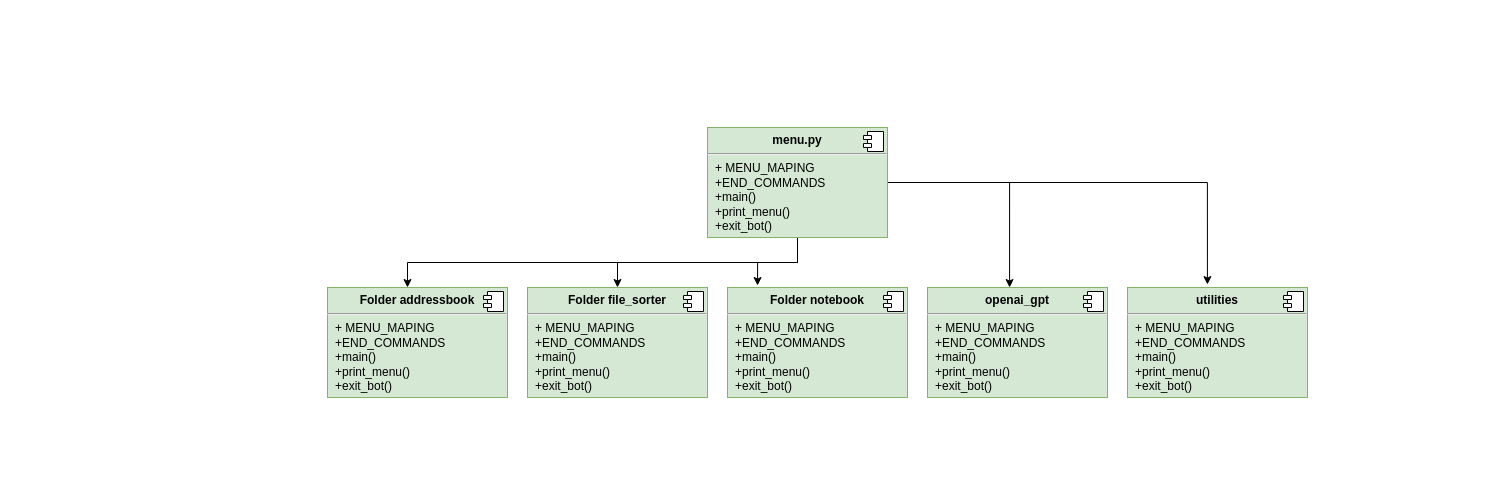
FoDwVn11110100001001000000/Team_project_1 keeps this draw.io diagram as Диаграмма без названия.drawio. Above is the earlier version. Source tidied: cells renumbered, new cells numbered last; positions are measured from the earlier drawing's top-left corner, leaving out a move shared by most shapes. Both pictures are drawn from the tidied source at 100%, with x=0, y=0 at pixel (327, 127).
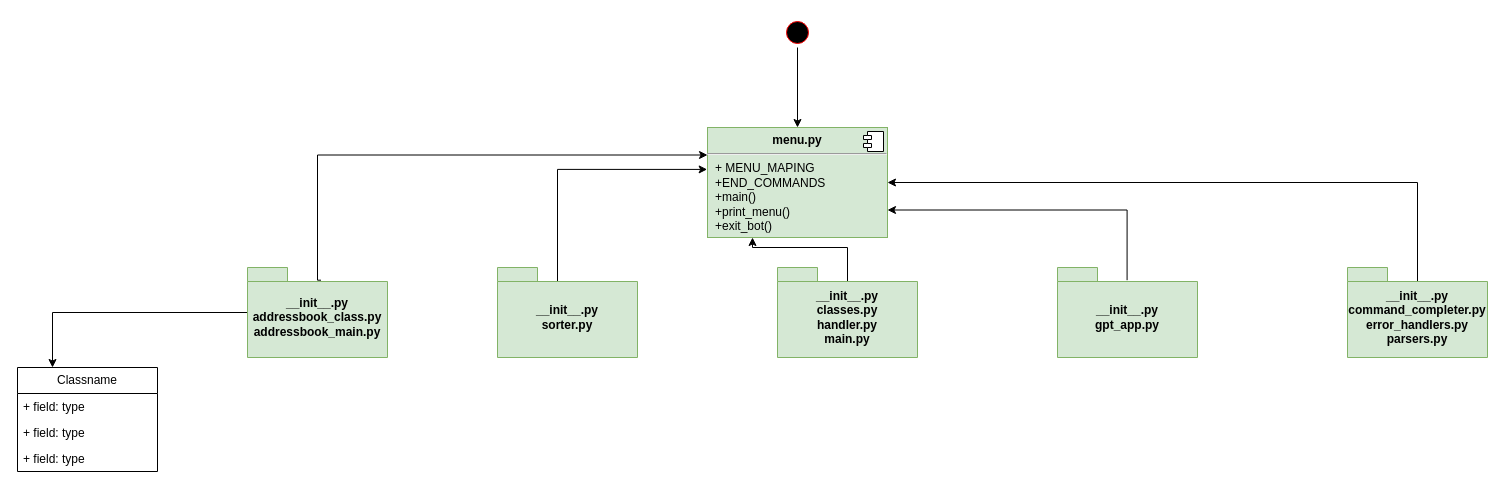
The same page after the edit.

Unchanged cells that the change refers to:
```xml
<mxCell id="7" value="&lt;p style=&quot;margin:0px;margin-top:6px;text-align:center;&quot;&gt;&lt;b&gt;menu.py&lt;/b&gt;&lt;/p&gt;&lt;hr&gt;&lt;p style=&quot;margin:0px;margin-left:8px;&quot;&gt;+ MENU_MAPING&lt;/p&gt;&lt;p style=&quot;margin:0px;margin-left:8px;&quot;&gt;+END_COMMANDS&lt;/p&gt;&lt;p style=&quot;margin:0px;margin-left:8px;&quot;&gt;+main()&lt;/p&gt;&lt;p style=&quot;margin:0px;margin-left:8px;&quot;&gt;+print_menu()&lt;/p&gt;&lt;p style=&quot;margin:0px;margin-left:8px;&quot;&gt;+exit_bot()&lt;/p&gt;&lt;p style=&quot;margin:0px;margin-left:8px;&quot;&gt;&lt;br&gt;&lt;/p&gt;" style="align=left;overflow=fill;html=1;whiteSpace=wrap;fillColor=#d5e8d4;strokeColor=#82b366;" parent="1" vertex="1">
  <mxGeometry x="380" width="180" height="110" as="geometry" />
</mxCell>
```

The edit, as a diff of the source:
```diff
@@
-    <mxCell id="2" style="edgeStyle=orthogonalEdgeStyle;rounded=0;jettySize=auto;html=1;" parent="1" edge="1" source="7" target="11">
-      <mxGeometry relative="1" as="geometry">
-        <Array as="points">
-          <mxPoint x="470" y="135" />
-          <mxPoint x="80" y="135" />
-        </Array>
-      </mxGeometry>
-    </mxCell>
-    <mxCell id="3" style="edgeStyle=orthogonalEdgeStyle;rounded=0;jettySize=auto;html=1;entryX=0.5;entryY=0;entryDx=0;entryDy=0;" parent="1" edge="1" source="7" target="9">
-      <mxGeometry relative="1" as="geometry" />
-    </mxCell>
-    <mxCell id="4" style="edgeStyle=orthogonalEdgeStyle;rounded=0;jettySize=auto;html=1;entryX=0.167;entryY=-0.018;entryDx=0;entryDy=0;entryPerimeter=0;" parent="1" edge="1" source="7" target="13">
-      <mxGeometry relative="1" as="geometry" />
-    </mxCell>
-    <mxCell id="5" style="edgeStyle=orthogonalEdgeStyle;rounded=0;jettySize=auto;html=1;entryX=0.444;entryY=-0.027;entryDx=0;entryDy=0;entryPerimeter=0;" parent="1" edge="1" source="7" target="17">
-      <mxGeometry relative="1" as="geometry" />
-    </mxCell>
-    <mxCell id="6" style="edgeStyle=orthogonalEdgeStyle;rounded=0;jettySize=auto;html=1;entryX=0.456;entryY=0;entryDx=0;entryDy=0;entryPerimeter=0;" parent="1" edge="1" source="7" target="15">
-      <mxGeometry relative="1" as="geometry" />
-    </mxCell>
@@
-    <mxCell id="9" value="&lt;p style=&quot;margin:0px;margin-top:6px;text-align:center;&quot;&gt;&lt;b&gt;Folder file_sorter&lt;/b&gt;&lt;/p&gt;&lt;hr&gt;&lt;p style=&quot;margin:0px;margin-left:8px;&quot;&gt;+ MENU_MAPING&lt;/p&gt;&lt;p style=&quot;margin:0px;margin-left:8px;&quot;&gt;+END_COMMANDS&lt;/p&gt;&lt;p style=&quot;margin:0px;margin-left:8px;&quot;&gt;+main()&lt;/p&gt;&lt;p style=&quot;margin:0px;margin-left:8px;&quot;&gt;+print_menu()&lt;/p&gt;&lt;p style=&quot;margin:0px;margin-left:8px;&quot;&gt;+exit_bot()&lt;/p&gt;&lt;p style=&quot;margin:0px;margin-left:8px;&quot;&gt;&lt;br&gt;&lt;/p&gt;" style="align=left;overflow=fill;html=1;whiteSpace=wrap;fillColor=#d5e8d4;strokeColor=#82b366;" parent="1" vertex="1">
-      <mxGeometry x="200" y="160" width="180" height="110" as="geometry" />
-    </mxCell>
-    <mxCell id="10" style="shape=component;jettyWidth=8;jettyHeight=4;" parent="9" vertex="1">
-      <mxGeometry x="1" width="20" height="20" relative="1" as="geometry">
-        <mxPoint x="-24" y="4" as="offset" />
-      </mxGeometry>
-    </mxCell>
-    <mxCell id="11" value="&lt;p style=&quot;margin:0px;margin-top:6px;text-align:center;&quot;&gt;&lt;b&gt;Folder addressbook&lt;/b&gt;&lt;/p&gt;&lt;hr&gt;&lt;p style=&quot;margin:0px;margin-left:8px;&quot;&gt;+ MENU_MAPING&lt;/p&gt;&lt;p style=&quot;margin:0px;margin-left:8px;&quot;&gt;+END_COMMANDS&lt;/p&gt;&lt;p style=&quot;margin:0px;margin-left:8px;&quot;&gt;+main()&lt;/p&gt;&lt;p style=&quot;margin:0px;margin-left:8px;&quot;&gt;+print_menu()&lt;/p&gt;&lt;p style=&quot;margin:0px;margin-left:8px;&quot;&gt;+exit_bot()&lt;/p&gt;&lt;p style=&quot;margin:0px;margin-left:8px;&quot;&gt;&lt;br&gt;&lt;/p&gt;" style="align=left;overflow=fill;html=1;whiteSpace=wrap;imageAspect=1;fillColor=#d5e8d4;strokeColor=#82b366;" parent="1" vertex="1">
-      <mxGeometry y="160" width="180" height="110" as="geometry" />
-    </mxCell>
-    <mxCell id="12" style="shape=component;jettyWidth=8;jettyHeight=4;" parent="11" vertex="1">
-      <mxGeometry x="1" width="20" height="20" relative="1" as="geometry">
-        <mxPoint x="-24" y="4" as="offset" />
-      </mxGeometry>
-    </mxCell>
-    <mxCell id="13" value="&lt;p style=&quot;margin:0px;margin-top:6px;text-align:center;&quot;&gt;&lt;b&gt;Folder&lt;/b&gt;&lt;b style=&quot;background-color: initial;&quot;&gt;&amp;nbsp;notebook&lt;/b&gt;&lt;/p&gt;&lt;hr&gt;&lt;p style=&quot;margin:0px;margin-left:8px;&quot;&gt;+ MENU_MAPING&lt;/p&gt;&lt;p style=&quot;margin:0px;margin-left:8px;&quot;&gt;+END_COMMANDS&lt;/p&gt;&lt;p style=&quot;margin:0px;margin-left:8px;&quot;&gt;+main()&lt;/p&gt;&lt;p style=&quot;margin:0px;margin-left:8px;&quot;&gt;+print_menu()&lt;/p&gt;&lt;p style=&quot;margin:0px;margin-left:8px;&quot;&gt;+exit_bot()&lt;/p&gt;&lt;p style=&quot;margin:0px;margin-left:8px;&quot;&gt;&lt;br&gt;&lt;/p&gt;" style="align=left;overflow=fill;html=1;whiteSpace=wrap;fillColor=#d5e8d4;strokeColor=#82b366;" parent="1" vertex="1">
-      <mxGeometry x="400" y="160" width="180" height="110" as="geometry" />
-    </mxCell>
-    <mxCell id="14" style="shape=component;jettyWidth=8;jettyHeight=4;" parent="13" vertex="1">
-      <mxGeometry x="1" width="20" height="20" relative="1" as="geometry">
-        <mxPoint x="-24" y="4" as="offset" />
-      </mxGeometry>
-    </mxCell>
-    <mxCell id="15" value="&lt;p style=&quot;margin:0px;margin-top:6px;text-align:center;&quot;&gt;&lt;b&gt;openai_gpt&lt;/b&gt;&lt;/p&gt;&lt;hr&gt;&lt;p style=&quot;margin:0px;margin-left:8px;&quot;&gt;+ MENU_MAPING&lt;/p&gt;&lt;p style=&quot;margin:0px;margin-left:8px;&quot;&gt;+END_COMMANDS&lt;/p&gt;&lt;p style=&quot;margin:0px;margin-left:8px;&quot;&gt;+main()&lt;/p&gt;&lt;p style=&quot;margin:0px;margin-left:8px;&quot;&gt;+print_menu()&lt;/p&gt;&lt;p style=&quot;margin:0px;margin-left:8px;&quot;&gt;+exit_bot()&lt;/p&gt;&lt;p style=&quot;margin:0px;margin-left:8px;&quot;&gt;&lt;br&gt;&lt;/p&gt;" style="align=left;overflow=fill;html=1;whiteSpace=wrap;fillColor=#d5e8d4;strokeColor=#82b366;" parent="1" vertex="1">
-      <mxGeometry x="600" y="160" width="180" height="110" as="geometry" />
-    </mxCell>
-    <mxCell id="16" style="shape=component;jettyWidth=8;jettyHeight=4;" parent="15" vertex="1">
-      <mxGeometry x="1" width="20" height="20" relative="1" as="geometry">
-        <mxPoint x="-24" y="4" as="offset" />
-      </mxGeometry>
-    </mxCell>
-    <mxCell id="17" value="&lt;p style=&quot;margin:0px;margin-top:6px;text-align:center;&quot;&gt;&lt;b&gt;utilities&lt;/b&gt;&lt;/p&gt;&lt;hr&gt;&lt;p style=&quot;margin:0px;margin-left:8px;&quot;&gt;+ MENU_MAPING&lt;/p&gt;&lt;p style=&quot;margin:0px;margin-left:8px;&quot;&gt;+END_COMMANDS&lt;/p&gt;&lt;p style=&quot;margin:0px;margin-left:8px;&quot;&gt;+main()&lt;/p&gt;&lt;p style=&quot;margin:0px;margin-left:8px;&quot;&gt;+print_menu()&lt;/p&gt;&lt;p style=&quot;margin:0px;margin-left:8px;&quot;&gt;+exit_bot()&lt;/p&gt;&lt;p style=&quot;margin:0px;margin-left:8px;&quot;&gt;&lt;br&gt;&lt;/p&gt;" style="align=left;overflow=fill;html=1;whiteSpace=wrap;fillColor=#d5e8d4;strokeColor=#82b366;" parent="1" vertex="1">
-      <mxGeometry x="800" y="160" width="180" height="110" as="geometry" />
-    </mxCell>
-    <mxCell id="18" style="shape=component;jettyWidth=8;jettyHeight=4;" parent="17" vertex="1">
-      <mxGeometry x="1" width="20" height="20" relative="1" as="geometry">
-        <mxPoint x="-24" y="4" as="offset" />
-      </mxGeometry>
-    </mxCell>
+    <mxCell id="19" style="edgeStyle=orthogonalEdgeStyle;rounded=0;jettySize=auto;html=1;entryX=0.25;entryY=0;entryDx=0;entryDy=0;" parent="1" edge="1" source="21" target="30">
+      <mxGeometry relative="1" as="geometry" />
+    </mxCell>
+    <mxCell id="20" style="edgeStyle=orthogonalEdgeStyle;rounded=0;jettySize=auto;html=1;entryX=0;entryY=0.25;entryDx=0;entryDy=0;exitX=0.525;exitY=0.141;exitDx=0;exitDy=0;exitPerimeter=0;" parent="1" edge="1" source="21" target="7">
+      <mxGeometry relative="1" as="geometry">
+        <Array as="points">
+          <mxPoint x="-10" y="153" />
+          <mxPoint x="-10" y="27" />
+        </Array>
+      </mxGeometry>
+    </mxCell>
+    <mxCell id="21" value="__init__.py&lt;br&gt;addressbook_class.py&lt;br&gt;addressbook_main.py" style="shape=folder;fontStyle=1;spacingTop=10;tabWidth=40;tabHeight=14;tabPosition=left;html=1;whiteSpace=wrap;fillColor=#d5e8d4;strokeColor=#82b366;" parent="1" vertex="1">
+      <mxGeometry x="-80" y="140" width="140" height="90" as="geometry" />
+    </mxCell>
+    <mxCell id="22" style="edgeStyle=orthogonalEdgeStyle;rounded=0;jettySize=auto;html=1;entryX=1;entryY=0.5;entryDx=0;entryDy=0;exitX=0.525;exitY=0.158;exitDx=0;exitDy=0;exitPerimeter=0;" parent="1" edge="1" source="23" target="7">
+      <mxGeometry relative="1" as="geometry">
+        <Array as="points">
+          <mxPoint x="1090" y="154" />
+          <mxPoint x="1090" y="55" />
+        </Array>
+      </mxGeometry>
+    </mxCell>
+    <mxCell id="23" value="__init__.py&lt;br&gt;command_completer.py&lt;br&gt;error_handlers.py&lt;br&gt;parsers.py" style="shape=folder;fontStyle=1;spacingTop=10;tabWidth=40;tabHeight=14;tabPosition=left;html=1;whiteSpace=wrap;fillColor=#d5e8d4;strokeColor=#82b366;" parent="1" vertex="1">
+      <mxGeometry x="1020" y="140" width="140" height="90" as="geometry" />
+    </mxCell>
+    <mxCell id="24" style="edgeStyle=orthogonalEdgeStyle;rounded=0;jettySize=auto;html=1;entryX=1;entryY=0.75;entryDx=0;entryDy=0;exitX=0.497;exitY=0.141;exitDx=0;exitDy=0;exitPerimeter=0;" parent="1" edge="1" source="25" target="7">
+      <mxGeometry relative="1" as="geometry">
+        <Array as="points">
+          <mxPoint x="800" y="83" />
+        </Array>
+      </mxGeometry>
+    </mxCell>
+    <mxCell id="25" value="__init__.py&lt;br&gt;gpt_app.py" style="shape=folder;fontStyle=1;spacingTop=10;tabWidth=40;tabHeight=14;tabPosition=left;html=1;whiteSpace=wrap;fillColor=#d5e8d4;strokeColor=#82b366;" parent="1" vertex="1">
+      <mxGeometry x="730" y="140" width="140" height="90" as="geometry" />
+    </mxCell>
+    <mxCell id="26" style="edgeStyle=orthogonalEdgeStyle;rounded=0;jettySize=auto;html=1;entryX=-0.002;entryY=0.381;entryDx=0;entryDy=0;entryPerimeter=0;exitX=0.42;exitY=0.175;exitDx=0;exitDy=0;exitPerimeter=0;" parent="1" edge="1" source="27" target="7">
+      <mxGeometry relative="1" as="geometry">
+        <Array as="points">
+          <mxPoint x="230" y="42" />
+        </Array>
+      </mxGeometry>
+    </mxCell>
+    <mxCell id="27" value="__init__.py&lt;br&gt;sorter.py" style="shape=folder;fontStyle=1;spacingTop=10;tabWidth=40;tabHeight=14;tabPosition=left;html=1;whiteSpace=wrap;fillColor=#d5e8d4;strokeColor=#82b366;" parent="1" vertex="1">
+      <mxGeometry x="170" y="140" width="140" height="90" as="geometry" />
+    </mxCell>
+    <mxCell id="28" style="edgeStyle=orthogonalEdgeStyle;rounded=0;jettySize=auto;html=1;entryX=0.25;entryY=1;entryDx=0;entryDy=0;exitX=0.519;exitY=0.175;exitDx=0;exitDy=0;exitPerimeter=0;" parent="1" edge="1" source="29" target="7">
+      <mxGeometry relative="1" as="geometry">
+        <Array as="points">
+          <mxPoint x="520" y="156" />
+          <mxPoint x="520" y="120" />
+          <mxPoint x="425" y="120" />
+        </Array>
+      </mxGeometry>
+    </mxCell>
+    <mxCell id="29" value="__init__.py&lt;br&gt;classes.py&lt;br&gt;handler.py&lt;br&gt;main.py" style="shape=folder;fontStyle=1;spacingTop=10;tabWidth=40;tabHeight=14;tabPosition=left;html=1;whiteSpace=wrap;fillColor=#d5e8d4;strokeColor=#82b366;" parent="1" vertex="1">
+      <mxGeometry x="450" y="140" width="140" height="90" as="geometry" />
+    </mxCell>
+    <mxCell id="30" value="Classname" style="swimlane;fontStyle=0;horizontal=1;startSize=26;fillColor=none;whiteSpace=wrap;html=1;" parent="1" vertex="1">
+      <mxGeometry x="-310" y="240" width="140" height="104" as="geometry" />
+    </mxCell>
+    <mxCell id="31" value="+ field: type" style="text;strokeColor=none;fillColor=none;align=left;verticalAlign=top;spacingLeft=4;spacingRight=4;overflow=hidden;whiteSpace=wrap;html=1;" parent="30" vertex="1">
+      <mxGeometry y="26" width="140" height="26" as="geometry" />
+    </mxCell>
+    <mxCell id="32" value="+ field: type" style="text;strokeColor=none;fillColor=none;align=left;verticalAlign=top;spacingLeft=4;spacingRight=4;overflow=hidden;whiteSpace=wrap;html=1;" parent="30" vertex="1">
+      <mxGeometry y="52" width="140" height="26" as="geometry" />
+    </mxCell>
+    <mxCell id="33" value="+ field: type" style="text;strokeColor=none;fillColor=none;align=left;verticalAlign=top;spacingLeft=4;spacingRight=4;overflow=hidden;whiteSpace=wrap;html=1;" parent="30" vertex="1">
+      <mxGeometry y="78" width="140" height="26" as="geometry" />
+    </mxCell>
+    <mxCell id="34" style="edgeStyle=orthogonalEdgeStyle;rounded=0;jettySize=auto;html=1;" parent="1" edge="1" source="35" target="7">
+      <mxGeometry relative="1" as="geometry" />
+    </mxCell>
+    <mxCell id="35" style="ellipse;html=1;shape=startState;fillColor=#000000;strokeColor=#ff0000;" parent="1" vertex="1">
+      <mxGeometry x="455" y="-110" width="30" height="30" as="geometry" />
+    </mxCell>
```
